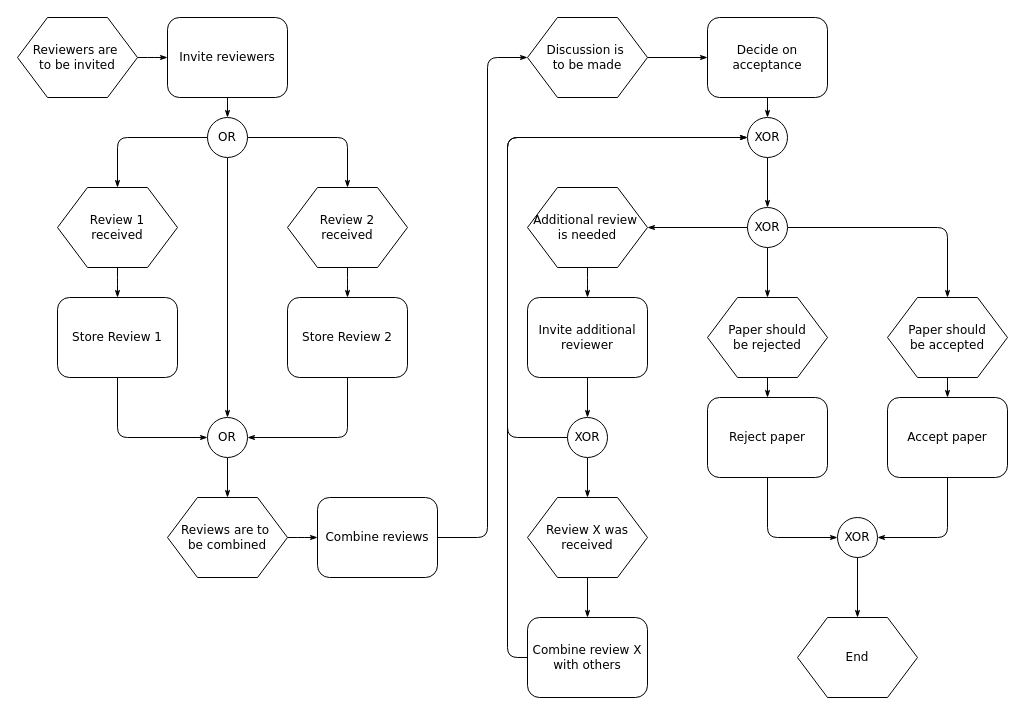
qmafake/VaultFeesOrchestration keeps this draw.io diagram as Architecture Design/Untitled Diagram.drawio. Above is the earlier version. Source tidied: cells renumbered, new cells numbered last; positions are measured from the earlier drawing's top-left corner, leaving out a move shared by most shapes. Both pictures are drawn from the tidied source at 100%, with x=0, y=0 at pixel (17, 17).
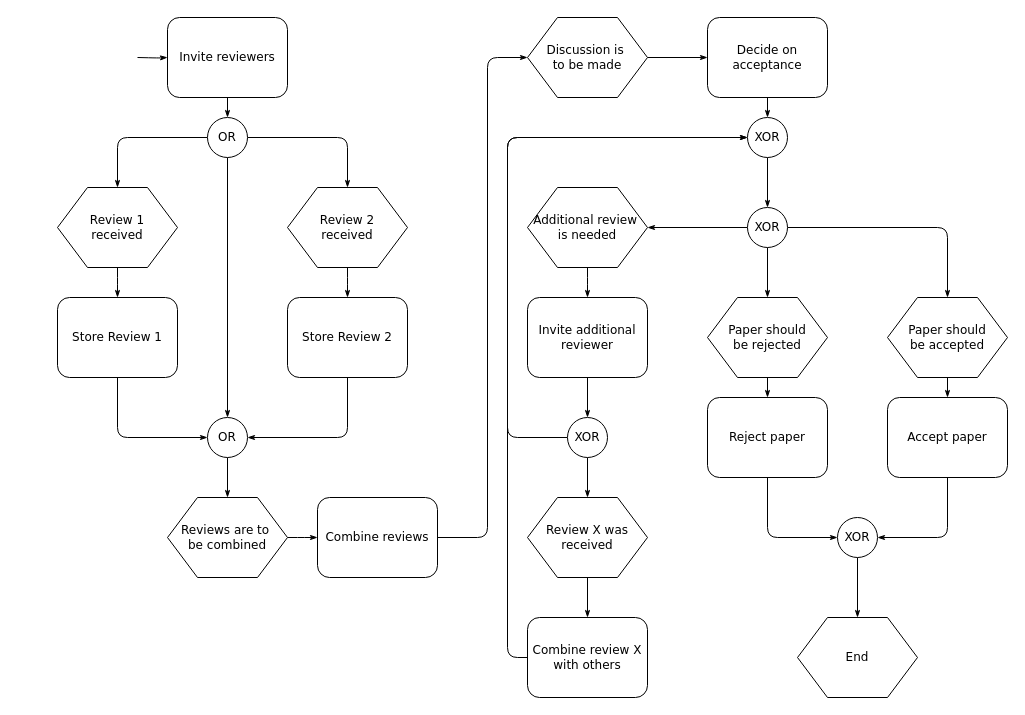
Above is the later version.

Commit message:
Vault Fees Orchestration Design.drawio

Unchanged cells that the change refers to:
```xml
<mxCell id="5" value="Invite reviewers" style="rounded=1;whiteSpace=wrap;html=1;shadow=0;labelBackgroundColor=none;strokeWidth=1;fontFamily=Verdana;fontSize=12;align=center;" parent="1" vertex="1">
  <mxGeometry x="150" width="120" height="80" as="geometry" />
</mxCell>
```

Diff of the diagram source:
```diff
@@
-    <mxCell id="2" style="edgeStyle=orthogonalEdgeStyle;rounded=1;html=1;labelBackgroundColor=none;startArrow=none;startFill=0;startSize=5;endArrow=classicThin;endFill=1;endSize=5;jettySize=auto;strokeWidth=1;fontFamily=Verdana;fontSize=8;" parent="1" edge="1" source="3" target="5">
-      <mxGeometry relative="1" as="geometry" />
+    <mxCell id="2" style="edgeStyle=orthogonalEdgeStyle;rounded=1;html=1;labelBackgroundColor=none;startArrow=none;startFill=0;startSize=5;endArrow=classicThin;endFill=1;endSize=5;jettySize=auto;strokeWidth=1;fontFamily=Verdana;fontSize=8;" parent="1" edge="1" target="5">
+      <mxGeometry relative="1" as="geometry">
+        <mxPoint x="120" y="40" as="sourcePoint" />
+      </mxGeometry>
     </mxCell>
-    <mxCell id="3" value="Reviewers are&amp;nbsp;&lt;div&gt;to&amp;nbsp;&lt;span&gt;be invited&lt;/span&gt;&lt;/div&gt;" style="shape=hexagon;perimeter=hexagonPerimeter;whiteSpace=wrap;html=1;rounded=0;shadow=0;labelBackgroundColor=none;strokeWidth=1;fontFamily=Verdana;fontSize=12;align=center;" parent="1" vertex="1">
-      <mxGeometry width="120" height="80" as="geometry" />
-    </mxCell>
```
